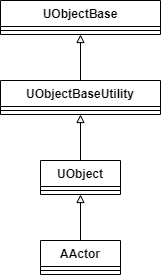
Above: main.drawio.png in Jiajiaju/UnUML (draw.io), before the change. Source tidied: cells renumbered, new cells last; positions are measured from the earlier drawing's top-left corner, leaving out a move shared by most shapes. The source it was exported from:
```xml
<mxGraphModel>
  <root>
    <mxCell id="0" />
    <mxCell id="1" parent="0" />
    <mxCell id="2" style="rounded=0;jettySize=auto;html=1;exitX=0.5;exitY=0;exitDx=0;exitDy=0;endArrow=block;endFill=0;" parent="1" edge="1" source="3" target="6">
      <mxGeometry relative="1" as="geometry" />
    </mxCell>
    <mxCell id="3" value="AActor" style="swimlane;fontStyle=1;align=center;verticalAlign=top;horizontal=1;startSize=26;" parent="1" vertex="1">
      <mxGeometry x="40" y="240" width="80" height="34" as="geometry" />
    </mxCell>
    <mxCell id="4" style="line;strokeWidth=1;fillColor=none;align=left;verticalAlign=middle;spacingTop=-1;spacingLeft=3;spacingRight=3;labelPosition=right;" parent="3" vertex="1">
      <mxGeometry y="26" width="80" height="8" as="geometry" />
    </mxCell>
    <mxCell id="5" style="edgeStyle=none;rounded=0;jettySize=auto;html=1;exitX=0.5;exitY=0;exitDx=0;exitDy=0;endArrow=block;endFill=0;" parent="1" edge="1" source="6" target="9">
      <mxGeometry relative="1" as="geometry" />
    </mxCell>
    <mxCell id="6" value="UObject" style="swimlane;fontStyle=1;align=center;verticalAlign=top;horizontal=1;startSize=26;" parent="1" vertex="1">
      <mxGeometry x="40" y="160" width="80" height="34" as="geometry" />
    </mxCell>
    <mxCell id="7" style="line;strokeWidth=1;fillColor=none;align=left;verticalAlign=middle;spacingTop=-1;spacingLeft=3;spacingRight=3;labelPosition=right;" parent="6" vertex="1">
      <mxGeometry y="26" width="80" height="8" as="geometry" />
    </mxCell>
    <mxCell id="8" style="edgeStyle=none;rounded=0;jettySize=auto;html=1;exitX=0.5;exitY=0;exitDx=0;exitDy=0;endArrow=block;endFill=0;" parent="1" edge="1" source="9" target="11">
      <mxGeometry relative="1" as="geometry" />
    </mxCell>
    <mxCell id="9" value="UObjectBaseUtility" style="swimlane;fontStyle=1;align=center;verticalAlign=top;horizontal=1;startSize=26;" parent="1" vertex="1">
      <mxGeometry y="80" width="160" height="34" as="geometry" />
    </mxCell>
    <mxCell id="10" style="line;strokeWidth=1;fillColor=none;align=left;verticalAlign=middle;spacingTop=-1;spacingLeft=3;spacingRight=3;labelPosition=right;" parent="9" vertex="1">
      <mxGeometry y="26" width="160" height="8" as="geometry" />
    </mxCell>
    <mxCell id="11" value="UObjectBase" style="swimlane;fontStyle=1;align=center;verticalAlign=top;horizontal=1;startSize=26;" parent="1" vertex="1">
      <mxGeometry width="160" height="34" as="geometry" />
    </mxCell>
    <mxCell id="12" style="line;strokeWidth=1;fillColor=none;align=left;verticalAlign=middle;spacingTop=-1;spacingLeft=3;spacingRight=3;labelPosition=right;" parent="11" vertex="1">
      <mxGeometry y="26" width="160" height="8" as="geometry" />
    </mxCell>
  </root>
</mxGraphModel>
```
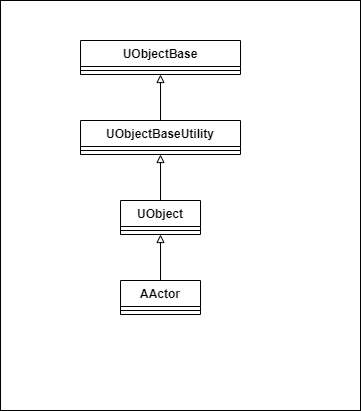
The same file after the commit.

Commit message:
feat: uML 添加底色

Diff of the diagram source:
```diff
@@ -2,6 +2,9 @@
   <root>
     <mxCell id="0" />
     <mxCell id="1" parent="0" />
+    <mxCell id="13" style="rounded=0;whiteSpace=wrap;html=1;" parent="1" vertex="1">
+      <mxGeometry x="-80" y="-40" width="360" height="410" as="geometry" />
+    </mxCell>
     <mxCell id="2" style="rounded=0;jettySize=auto;html=1;exitX=0.5;exitY=0;exitDx=0;exitDy=0;endArrow=block;endFill=0;" parent="1" edge="1" source="3" target="6">
       <mxGeometry relative="1" as="geometry" />
     </mxCell>
```
